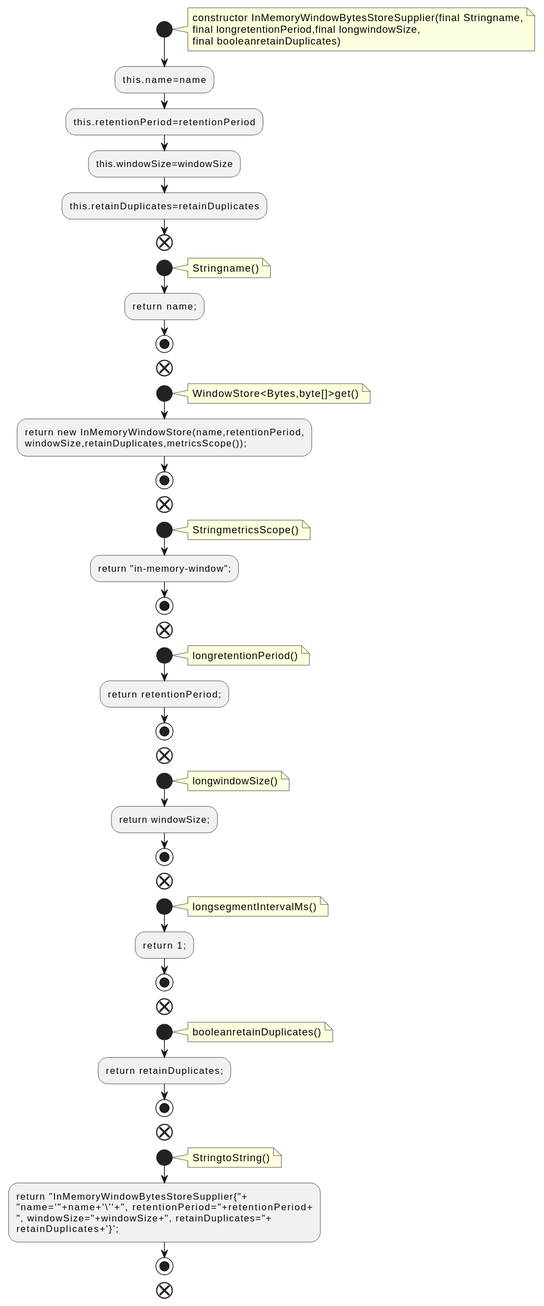
Earlier version of the PlantUML export docs/qc/streams/src/main/java/org/apache/kafka/streams/state/internals/InMemoryWindowBytesStoreSupplier.java.fct.svg (qualitesys/kafka).
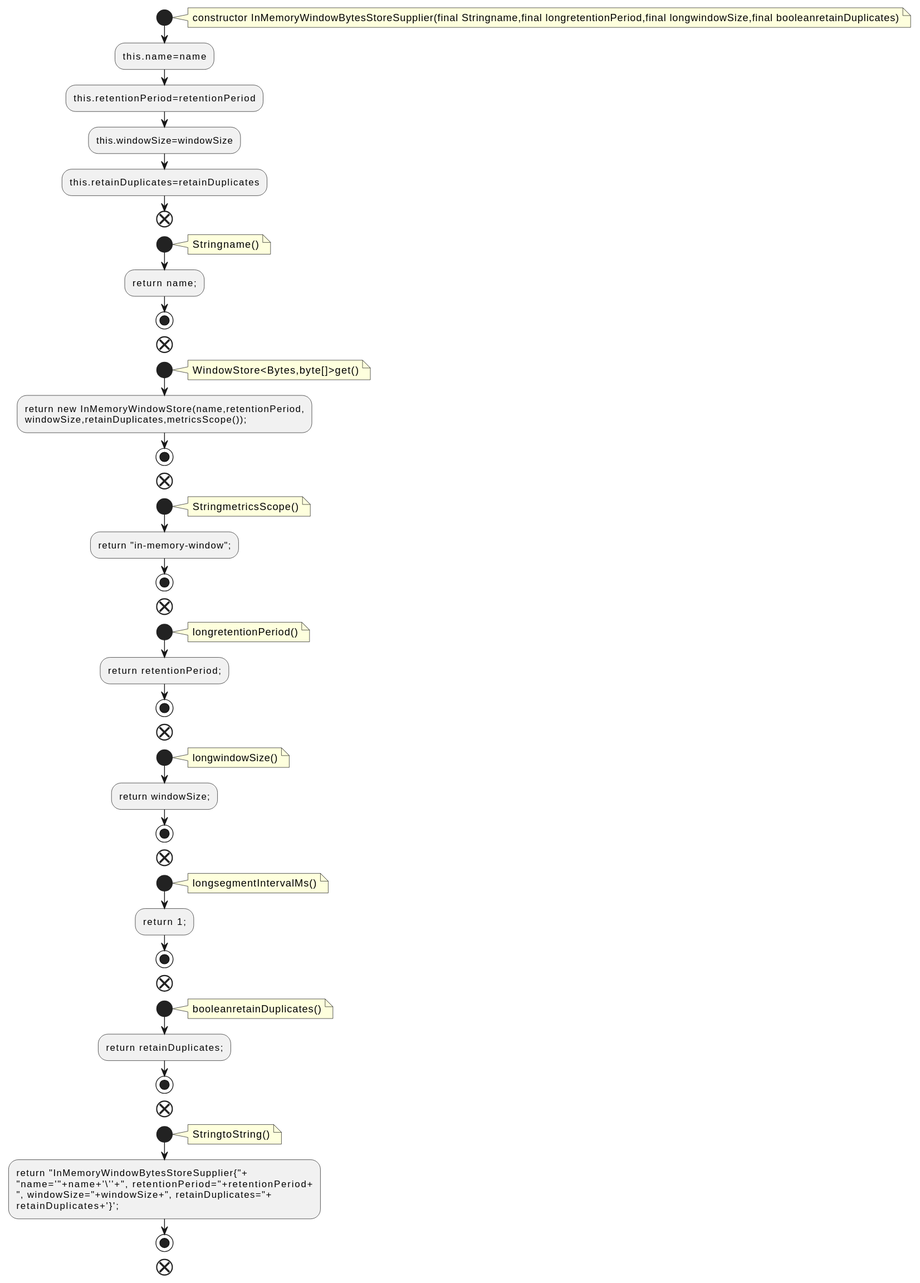
After the change.

What changed in the source:
```diff
@@ -2,9 +2,7 @@
 !pragma layout smetana
 start
 note right
-constructor InMemoryWindowBytesStoreSupplier(final Stringname,
-final longretentionPeriod,final longwindowSize,
-final booleanretainDuplicates)
+constructor InMemoryWindowBytesStoreSupplier(final Stringname,final longretentionPeriod,final longwindowSize,final booleanretainDuplicates)
 end note
 :this.name=name;
 :this.retentionPeriod=retentionPeriod;
```
